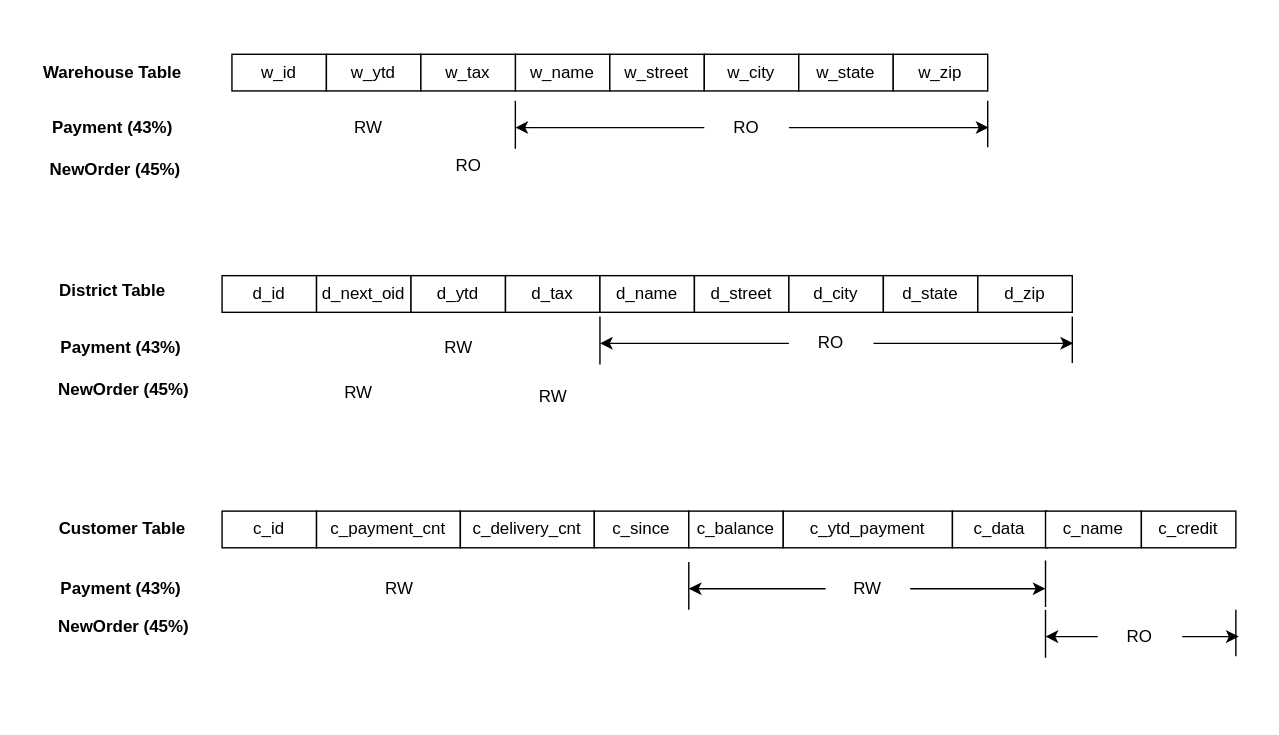
Earlier version of the draw.io diagram page "TPC-C" (1 of 4) of DMTrans.drawio (Holworth/DrawIO). Source tidied: cells renumbered, new cells numbered last; positions are measured from the earlier drawing's top-left corner, leaving out a move shared by most shapes. Both pictures are drawn from the tidied source at 141%, with x=0, y=0 at pixel (30, 51).
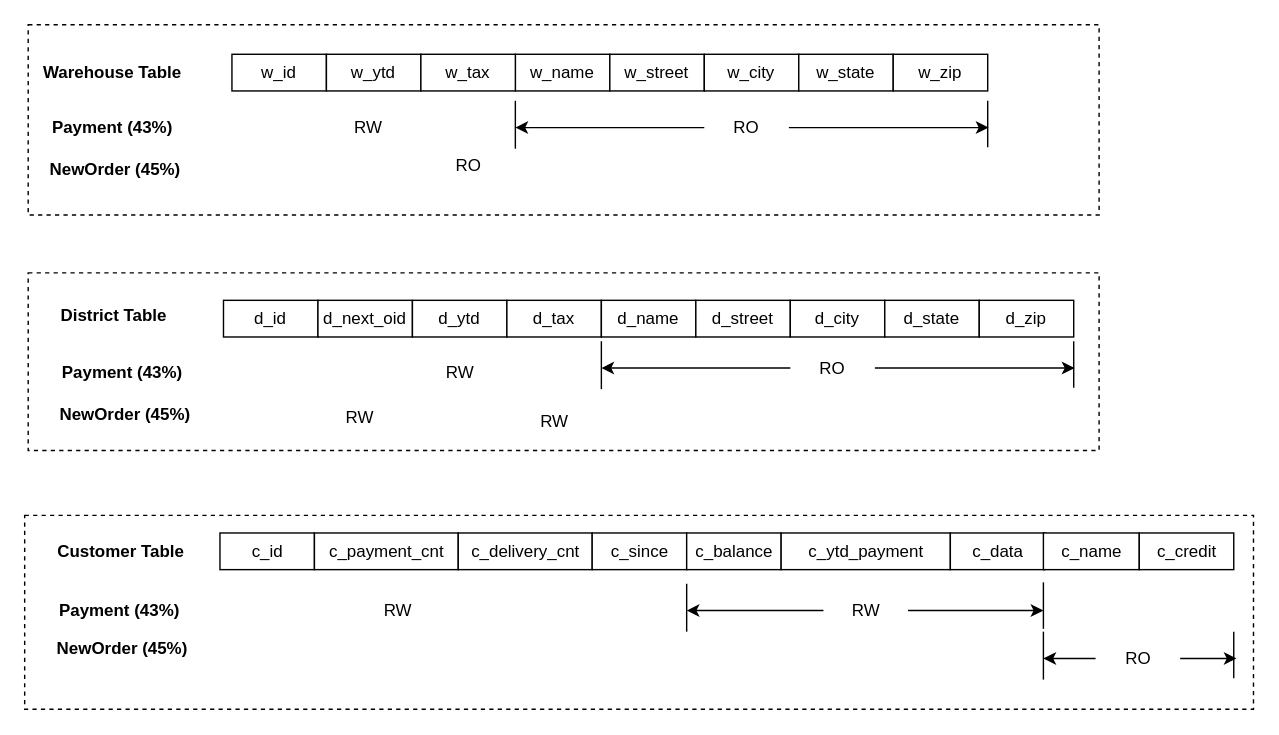
The same diagram, later.

What changed in the source:
```diff
@@
     <mxCell id="10" value="d_id" style="rounded=0;whiteSpace=wrap;html=1;" parent="1" vertex="1">
-      <mxGeometry x="136" y="159" width="67" height="26" as="geometry" />
+      <mxGeometry x="137" y="176.5" width="67" height="26" as="geometry" />
     </mxCell>
     <mxCell id="11" value="d_next_oid" style="rounded=0;whiteSpace=wrap;html=1;" parent="1" vertex="1">
-      <mxGeometry x="203" y="159" width="67" height="26" as="geometry" />
+      <mxGeometry x="204" y="176.5" width="67" height="26" as="geometry" />
     </mxCell>
     <mxCell id="12" value="d_ytd" style="rounded=0;whiteSpace=wrap;html=1;" parent="1" vertex="1">
-      <mxGeometry x="270" y="159" width="67" height="26" as="geometry" />
+      <mxGeometry x="271" y="176.5" width="67" height="26" as="geometry" />
     </mxCell>
     <mxCell id="13" value="d_tax" style="rounded=0;whiteSpace=wrap;html=1;" parent="1" vertex="1">
-      <mxGeometry x="337" y="159" width="67" height="26" as="geometry" />
+      <mxGeometry x="338" y="176.5" width="67" height="26" as="geometry" />
     </mxCell>
     <mxCell id="14" value="d_name" style="rounded=0;whiteSpace=wrap;html=1;" parent="1" vertex="1">
-      <mxGeometry x="404" y="159" width="67" height="26" as="geometry" />
+      <mxGeometry x="405" y="176.5" width="67" height="26" as="geometry" />
     </mxCell>
     <mxCell id="15" value="d_street" style="rounded=0;whiteSpace=wrap;html=1;" parent="1" vertex="1">
-      <mxGeometry x="471" y="159" width="67" height="26" as="geometry" />
+      <mxGeometry x="472" y="176.5" width="67" height="26" as="geometry" />
     </mxCell>
     <mxCell id="16" value="d_city" style="rounded=0;whiteSpace=wrap;html=1;" parent="1" vertex="1">
-      <mxGeometry x="538" y="159" width="67" height="26" as="geometry" />
+      <mxGeometry x="539" y="176.5" width="67" height="26" as="geometry" />
     </mxCell>
     <mxCell id="17" value="&lt;b&gt;District Table&lt;/b&gt;" style="text;html=1;align=center;verticalAlign=middle;whiteSpace=wrap;rounded=0;" parent="1" vertex="1">
-      <mxGeometry y="155" width="117" height="30" as="geometry" />
+      <mxGeometry x="1" y="172.5" width="117" height="30" as="geometry" />
     </mxCell>
     <mxCell id="18" value="d_state" style="rounded=0;whiteSpace=wrap;html=1;" parent="1" vertex="1">
-      <mxGeometry x="605" y="159" width="67" height="26" as="geometry" />
+      <mxGeometry x="606" y="176.5" width="67" height="26" as="geometry" />
     </mxCell>
     <mxCell id="19" value="d_zip" style="rounded=0;whiteSpace=wrap;html=1;" parent="1" vertex="1">
-      <mxGeometry x="672" y="159" width="67" height="26" as="geometry" />
+      <mxGeometry x="673" y="176.5" width="67" height="26" as="geometry" />
     </mxCell>
     <mxCell id="20" value="c_id" style="rounded=0;whiteSpace=wrap;html=1;" parent="1" vertex="1">
-      <mxGeometry x="136" y="326" width="67" height="26" as="geometry" />
+      <mxGeometry x="134.5" y="341.5" width="67" height="26" as="geometry" />
     </mxCell>
     <mxCell id="21" value="c_payment_cnt" style="rounded=0;whiteSpace=wrap;html=1;" parent="1" vertex="1">
-      <mxGeometry x="203" y="326" width="102" height="26" as="geometry" />
+      <mxGeometry x="201.5" y="341.5" width="102" height="26" as="geometry" />
     </mxCell>
     <mxCell id="22" value="c_delivery_cnt" style="rounded=0;whiteSpace=wrap;html=1;" parent="1" vertex="1">
-      <mxGeometry x="305" y="326" width="95" height="26" as="geometry" />
+      <mxGeometry x="303.5" y="341.5" width="95" height="26" as="geometry" />
     </mxCell>
     <mxCell id="23" value="c_since" style="rounded=0;whiteSpace=wrap;html=1;" parent="1" vertex="1">
-      <mxGeometry x="400" y="326" width="67" height="26" as="geometry" />
+      <mxGeometry x="398.5" y="341.5" width="67" height="26" as="geometry" />
     </mxCell>
     <mxCell id="24" value="c_balance" style="rounded=0;whiteSpace=wrap;html=1;" parent="1" vertex="1">
-      <mxGeometry x="467" y="326" width="67" height="26" as="geometry" />
+      <mxGeometry x="465.5" y="341.5" width="67" height="26" as="geometry" />
     </mxCell>
     <mxCell id="25" value="c_ytd_payment" style="rounded=0;whiteSpace=wrap;html=1;" parent="1" vertex="1">
-      <mxGeometry x="534" y="326" width="120" height="26" as="geometry" />
+      <mxGeometry x="532.5" y="341.5" width="120" height="26" as="geometry" />
     </mxCell>
     <mxCell id="26" value="c_data" style="rounded=0;whiteSpace=wrap;html=1;" parent="1" vertex="1">
-      <mxGeometry x="654" y="326" width="67" height="26" as="geometry" />
+      <mxGeometry x="652.5" y="341.5" width="67" height="26" as="geometry" />
     </mxCell>
     <mxCell id="27" value="&lt;b&gt;Customer Table&lt;/b&gt;" style="text;html=1;align=center;verticalAlign=middle;whiteSpace=wrap;rounded=0;" parent="1" vertex="1">
-      <mxGeometry x="7" y="324" width="117" height="30" as="geometry" />
+      <mxGeometry x="5.5" y="339.5" width="117" height="30" as="geometry" />
     </mxCell>
     <mxCell id="28" value="c_name" style="rounded=0;whiteSpace=wrap;html=1;" parent="1" vertex="1">
-      <mxGeometry x="720" y="326" width="68" height="26" as="geometry" />
+      <mxGeometry x="718.5" y="341.5" width="68" height="26" as="geometry" />
     </mxCell>
     <mxCell id="29" value="c_credit" style="rounded=0;whiteSpace=wrap;html=1;" parent="1" vertex="1">
-      <mxGeometry x="788" y="326" width="67" height="26" as="geometry" />
+      <mxGeometry x="786.5" y="341.5" width="67" height="26" as="geometry" />
     </mxCell>
@@
     <mxCell id="40" value="&lt;b&gt;Payment (43%)&lt;/b&gt;" style="text;html=1;align=center;verticalAlign=middle;whiteSpace=wrap;rounded=0;" parent="1" vertex="1">
-      <mxGeometry x="6" y="195" width="117" height="30" as="geometry" />
+      <mxGeometry x="7" y="212.5" width="117" height="30" as="geometry" />
     </mxCell>
     <mxCell id="41" value="&lt;b&gt;NewOrder (45%)&lt;/b&gt;" style="text;html=1;align=center;verticalAlign=middle;whiteSpace=wrap;rounded=0;" parent="1" vertex="1">
-      <mxGeometry x="8" y="225" width="117" height="30" as="geometry" />
+      <mxGeometry x="9" y="242.5" width="117" height="30" as="geometry" />
     </mxCell>
     <mxCell id="42" value="RW" style="text;html=1;align=center;verticalAlign=middle;whiteSpace=wrap;rounded=0;" parent="1" vertex="1">
-      <mxGeometry x="273.5" y="195" width="60" height="30" as="geometry" />
+      <mxGeometry x="274.5" y="212.5" width="60" height="30" as="geometry" />
     </mxCell>
     <mxCell id="43" style="endArrow=none;html=1;rounded=0;" parent="1" edge="1">
       <mxGeometry relative="1" as="geometry">
-        <mxPoint x="404" y="222" as="sourcePoint" />
-        <mxPoint x="404" y="188" as="targetPoint" />
+        <mxPoint x="405" y="239.5" as="sourcePoint" />
+        <mxPoint x="405" y="205.5" as="targetPoint" />
       </mxGeometry>
     </mxCell>
     <mxCell id="44" style="endArrow=none;html=1;rounded=0;" parent="1" edge="1">
       <mxGeometry relative="1" as="geometry">
-        <mxPoint x="739" y="221" as="sourcePoint" />
-        <mxPoint x="739" y="188" as="targetPoint" />
+        <mxPoint x="740" y="238.5" as="sourcePoint" />
+        <mxPoint x="740" y="205.5" as="targetPoint" />
       </mxGeometry>
     </mxCell>
     <mxCell id="45" style="edgeStyle=orthogonalEdgeStyle;rounded=0;jettySize=auto;html=1;" parent="1" edge="1" source="46">
       <mxGeometry relative="1" as="geometry">
-        <mxPoint x="739.6" y="207" as="targetPoint" />
+        <mxPoint x="740.6" y="224.5" as="targetPoint" />
       </mxGeometry>
     </mxCell>
     <mxCell id="46" value="RO" style="text;html=1;align=center;verticalAlign=middle;whiteSpace=wrap;rounded=0;" parent="1" vertex="1">
-      <mxGeometry x="538" y="192" width="60" height="30" as="geometry" />
+      <mxGeometry x="539" y="209.5" width="60" height="30" as="geometry" />
     </mxCell>
     <mxCell id="47" style="endArrow=classic;html=1;rounded=0;exitX=0;exitY=0.5;exitDx=0;exitDy=0;" parent="1" edge="1" source="46">
       <mxGeometry relative="1" as="geometry">
-        <mxPoint x="404" y="207" as="targetPoint" />
+        <mxPoint x="405" y="224.5" as="targetPoint" />
       </mxGeometry>
     </mxCell>
     <mxCell id="48" value="RW" style="text;html=1;align=center;verticalAlign=middle;whiteSpace=wrap;rounded=0;" parent="1" vertex="1">
-      <mxGeometry x="203" y="227" width="60" height="30" as="geometry" />
+      <mxGeometry x="204" y="244.5" width="60" height="30" as="geometry" />
     </mxCell>
     <mxCell id="49" value="RW" style="text;html=1;align=center;verticalAlign=middle;whiteSpace=wrap;rounded=0;" parent="1" vertex="1">
-      <mxGeometry x="340.5" y="230" width="60" height="30" as="geometry" />
+      <mxGeometry x="341.5" y="247.5" width="60" height="30" as="geometry" />
     </mxCell>
     <mxCell id="50" value="&lt;b&gt;Payment (43%)&lt;/b&gt;" style="text;html=1;align=center;verticalAlign=middle;whiteSpace=wrap;rounded=0;" parent="1" vertex="1">
-      <mxGeometry x="6" y="366" width="117" height="30" as="geometry" />
+      <mxGeometry x="4.5" y="381.5" width="117" height="30" as="geometry" />
     </mxCell>
     <mxCell id="51" value="&lt;b&gt;NewOrder (45%)&lt;/b&gt;" style="text;html=1;align=center;verticalAlign=middle;whiteSpace=wrap;rounded=0;" parent="1" vertex="1">
-      <mxGeometry x="8" y="393" width="117" height="30" as="geometry" />
+      <mxGeometry x="6.5" y="408.5" width="117" height="30" as="geometry" />
     </mxCell>
     <mxCell id="52" value="RW" style="text;html=1;align=center;verticalAlign=middle;whiteSpace=wrap;rounded=0;" parent="1" vertex="1">
-      <mxGeometry x="232" y="366" width="60" height="30" as="geometry" />
+      <mxGeometry x="230.5" y="381.5" width="60" height="30" as="geometry" />
     </mxCell>
     <mxCell id="53" style="endArrow=none;html=1;rounded=0;" parent="1" edge="1">
       <mxGeometry relative="1" as="geometry">
-        <mxPoint x="467" y="396" as="sourcePoint" />
-        <mxPoint x="467" y="362" as="targetPoint" />
+        <mxPoint x="465.5" y="411.5" as="sourcePoint" />
+        <mxPoint x="465.5" y="377.5" as="targetPoint" />
       </mxGeometry>
     </mxCell>
     <mxCell id="54" style="endArrow=none;html=1;rounded=0;" parent="1" edge="1">
       <mxGeometry relative="1" as="geometry">
-        <mxPoint x="720" y="394" as="sourcePoint" />
-        <mxPoint x="720" y="361" as="targetPoint" />
+        <mxPoint x="718.5" y="409.5" as="sourcePoint" />
+        <mxPoint x="718.5" y="376.5" as="targetPoint" />
       </mxGeometry>
     </mxCell>
     <mxCell id="55" style="edgeStyle=orthogonalEdgeStyle;rounded=0;jettySize=auto;html=1;" parent="1" edge="1" source="56">
       <mxGeometry relative="1" as="geometry">
-        <mxPoint x="720" y="381" as="targetPoint" />
+        <mxPoint x="718.5" y="396.5" as="targetPoint" />
       </mxGeometry>
     </mxCell>
     <mxCell id="56" value="RW" style="text;html=1;align=center;verticalAlign=middle;whiteSpace=wrap;rounded=0;" parent="1" vertex="1">
-      <mxGeometry x="564" y="366" width="60" height="30" as="geometry" />
+      <mxGeometry x="562.5" y="381.5" width="60" height="30" as="geometry" />
     </mxCell>
     <mxCell id="57" style="endArrow=classic;html=1;rounded=0;exitX=0;exitY=0.5;exitDx=0;exitDy=0;" parent="1" edge="1" source="56">
       <mxGeometry relative="1" as="geometry">
-        <mxPoint x="467" y="381" as="targetPoint" />
+        <mxPoint x="465.5" y="396.5" as="targetPoint" />
       </mxGeometry>
     </mxCell>
     <mxCell id="58" style="endArrow=none;html=1;rounded=0;" parent="1" edge="1">
       <mxGeometry relative="1" as="geometry">
-        <mxPoint x="720" y="430" as="sourcePoint" />
-        <mxPoint x="720" y="396" as="targetPoint" />
+        <mxPoint x="718.5" y="445.5" as="sourcePoint" />
+        <mxPoint x="718.5" y="411.5" as="targetPoint" />
       </mxGeometry>
     </mxCell>
     <mxCell id="59" style="endArrow=none;html=1;rounded=0;" parent="1" edge="1">
       <mxGeometry relative="1" as="geometry">
-        <mxPoint x="855" y="429" as="sourcePoint" />
-        <mxPoint x="855" y="396" as="targetPoint" />
+        <mxPoint x="853.5" y="444.5" as="sourcePoint" />
+        <mxPoint x="853.5" y="411.5" as="targetPoint" />
       </mxGeometry>
     </mxCell>
     <mxCell id="60" style="edgeStyle=orthogonalEdgeStyle;rounded=0;jettySize=auto;html=1;" parent="1" edge="1" source="61">
       <mxGeometry relative="1" as="geometry">
-        <mxPoint x="857" y="415" as="targetPoint" />
+        <mxPoint x="855.5" y="430.5" as="targetPoint" />
       </mxGeometry>
     </mxCell>
     <mxCell id="61" value="RO" style="text;html=1;align=center;verticalAlign=middle;whiteSpace=wrap;rounded=0;" parent="1" vertex="1">
-      <mxGeometry x="757" y="400" width="60" height="30" as="geometry" />
+      <mxGeometry x="755.5" y="415.5" width="60" height="30" as="geometry" />
     </mxCell>
     <mxCell id="62" style="endArrow=classic;html=1;rounded=0;exitX=0;exitY=0.5;exitDx=0;exitDy=0;" parent="1" edge="1" source="61">
       <mxGeometry relative="1" as="geometry">
-        <mxPoint x="720" y="415" as="targetPoint" />
+        <mxPoint x="718.5" y="430.5" as="targetPoint" />
       </mxGeometry>
     </mxCell>
+    <mxCell id="63" style="rounded=0;whiteSpace=wrap;html=1;fillColor=none;dashed=1;" parent="1" vertex="1">
+      <mxGeometry x="-1.5" y="-19" width="759.5" height="135" as="geometry" />
+    </mxCell>
+    <mxCell id="64" style="rounded=0;whiteSpace=wrap;html=1;fillColor=none;dashed=1;" parent="1" vertex="1">
+      <mxGeometry x="-1.5" y="157" width="759.5" height="126" as="geometry" />
+    </mxCell>
+    <mxCell id="65" style="rounded=0;whiteSpace=wrap;html=1;fillColor=none;dashed=1;" parent="1" vertex="1">
+      <mxGeometry x="-4" y="329" width="871.5" height="137.5" as="geometry" />
+    </mxCell>
```
